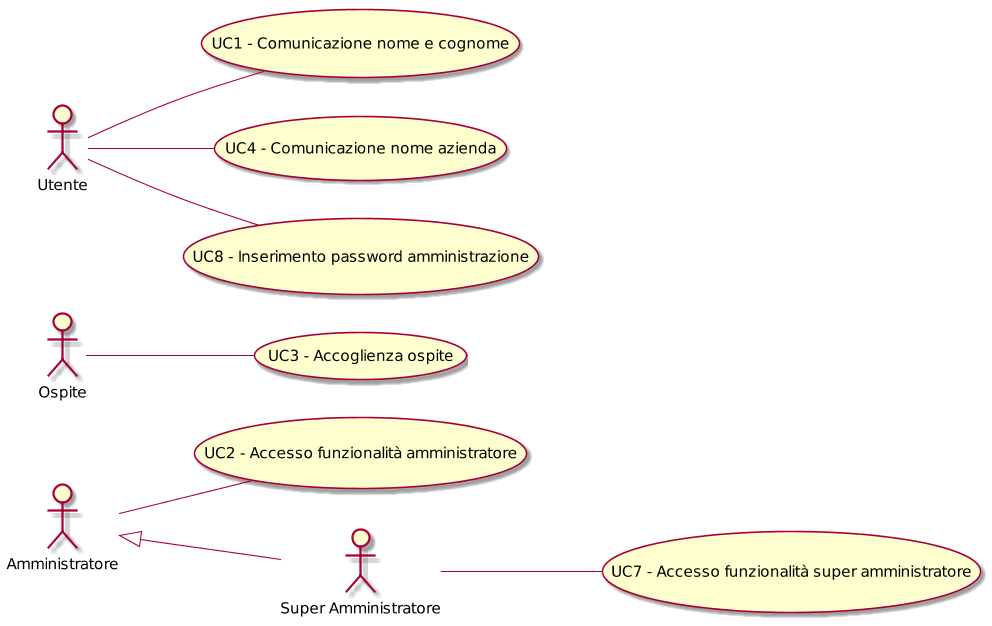
Earlier version of the PlantUML export RR/Esterni/AnalisiDeiRequisiti/images/UseCase.png (CoCodeSWE/Docs).
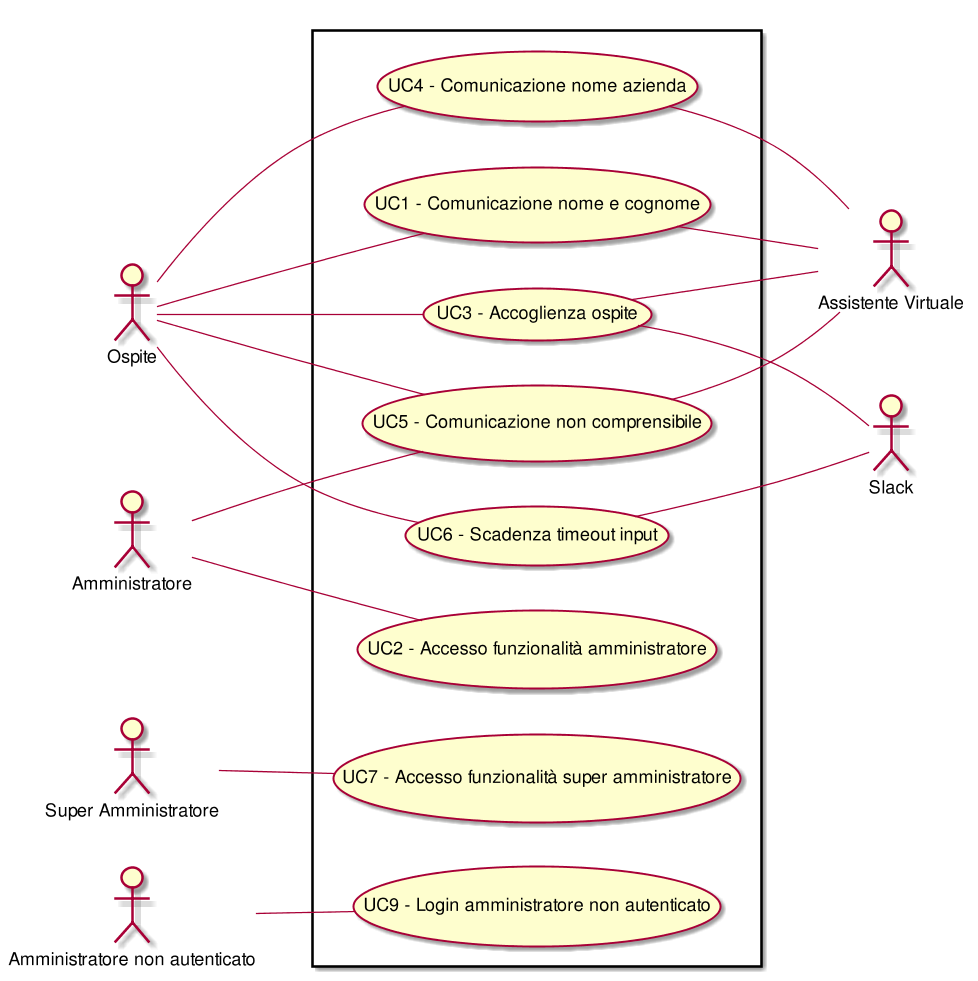
After the commit.

What changed in the source:
```diff
@@ -1,18 +1,43 @@
 @startuml
 scale 1000*1000
 left to right direction
+skinparam packageStyle rect
+:Ospite:
+:Assistente Virtuale:
+:Amministratore:
+:Slack:
+:Super Amministratore:
+:Amministratore non autenticato:
+rectangle {
 ( UC1 - Comunicazione nome e cognome ) as (UC1)
-:Utente:--(UC1)
-:Membro dell'azienda:-up-(UC3)
+:Ospite:--(UC1)
+( UC1 - Comunicazione nome e cognome ) as (UC1)
+(UC1)--:Assistente Virtuale:
 ( UC2 - Accesso funzionalità amministratore ) as (UC2)
 :Amministratore:--(UC2)
 ( UC3 - Accoglienza ospite ) as (UC3)
 :Ospite:--(UC3)
+( UC3 - Accoglienza ospite ) as (UC3)
+(UC3)--:Slack:
+( UC3 - Accoglienza ospite ) as (UC3)
+(UC3)--:Assistente Virtuale:
 ( UC4 - Comunicazione nome azienda ) as (UC4)
-:Utente:--(UC4)
+:Ospite:--(UC4)
+( UC4 - Comunicazione nome azienda ) as (UC4)
+(UC4)--:Assistente Virtuale:
+( UC5 - Comunicazione non comprensibile ) as (UC5)
+:Ospite:--(UC5)
+( UC5 - Comunicazione non comprensibile ) as (UC5)
+:Amministratore:--(UC5)
+( UC5 - Comunicazione non comprensibile ) as (UC5)
+(UC5)--:Assistente Virtuale:
+( UC6 - Scadenza timeout input ) as (UC6)
+:Ospite:--(UC6)
+( UC6 - Scadenza timeout input ) as (UC6)
+(UC6)--:Slack:
 ( UC7 - Accesso funzionalità super amministratore ) as (UC7)
 :Super Amministratore:--(UC7)
-( UC8 - Inserimento password amministrazione ) as (UC8)
-:Utente:--(UC8)
-:Super Amministratore:-up-|>:Amministratore:
+( UC9 - Login amministratore non autenticato ) as (UC9)
+:Amministratore non autenticato:--(UC9)
+}
 @enduml
```
